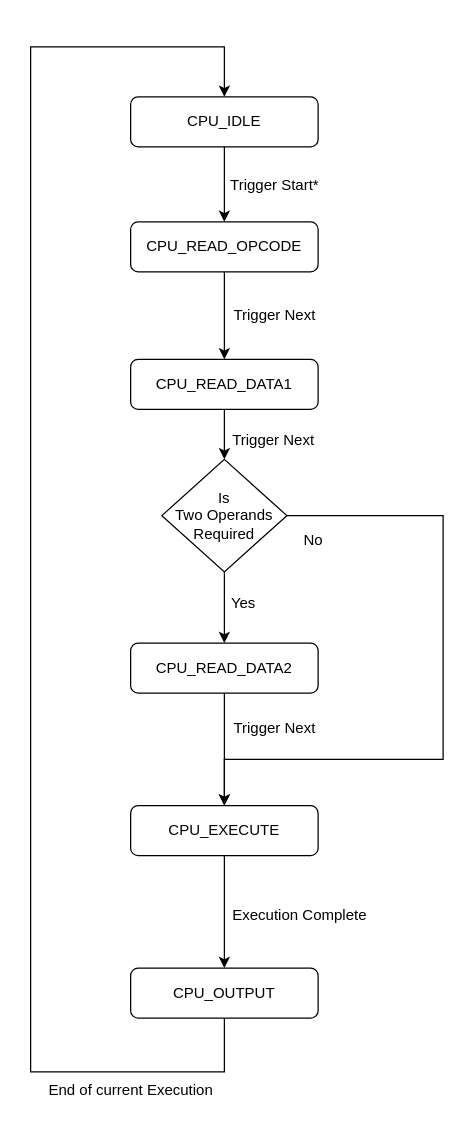
Above: 03_CPUDiffState_Impl/CPU_StateDiagram.drawio in Vichu95/Basic_CPU_FPGA (draw.io), before the change. Source tidied: cells renumbered, new cells numbered last; positions are measured from the earlier drawing's top-left corner, leaving out a move shared by most shapes. Both pictures are drawn from the tidied source at 125%, with x=0, y=0 at pixel (30, 46).
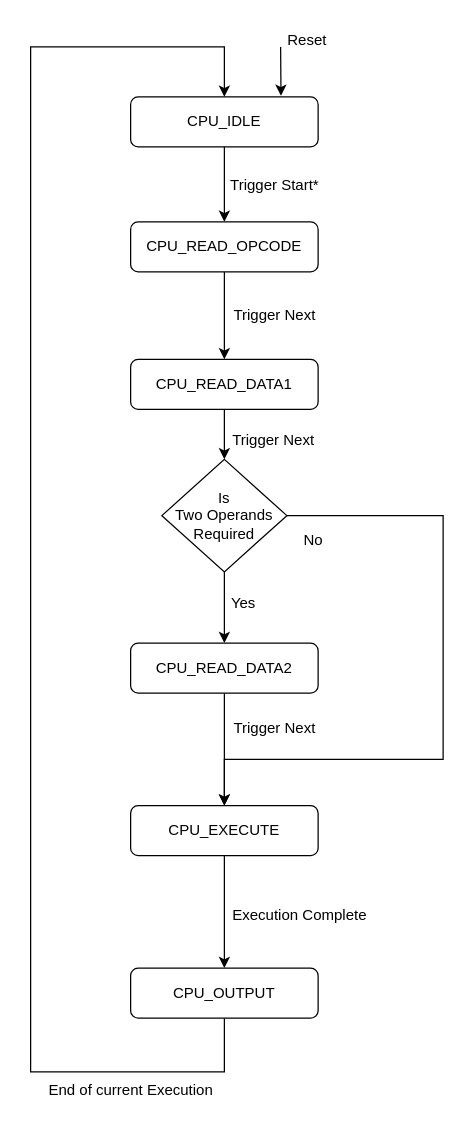
The same diagram, later.

Commit message:
Added reset signal

Unchanged cells that the change refers to:
```xml
<mxCell id="3" value="CPU_IDLE" style="rounded=1;whiteSpace=wrap;html=1;fontSize=12;glass=0;strokeWidth=1;shadow=0;" parent="1" vertex="1">
  <mxGeometry x="80" y="40" width="150" height="40" as="geometry" />
</mxCell>
```

Change to the diagram source:
```diff
@@
+    <mxCell id="25" style="endArrow=classic;html=1;rounded=0;entryX=0.802;entryY=-0.021;entryDx=0;entryDy=0;entryPerimeter=0;" parent="1" edge="1" target="3">
+      <mxGeometry relative="1" as="geometry">
+        <mxPoint x="200" as="sourcePoint" />
+      </mxGeometry>
+    </mxCell>
+    <mxCell id="26" value="Reset" style="text;html=1;align=center;verticalAlign=middle;strokeColor=none;fillColor=none;" parent="1" vertex="1">
+      <mxGeometry x="196" y="-20" width="50" height="30" as="geometry" />
+    </mxCell>
```
